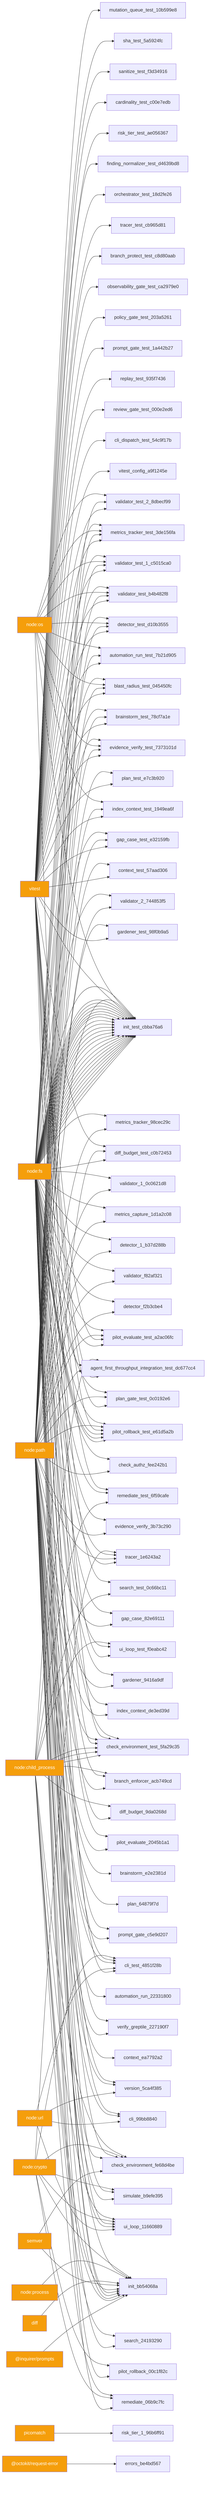
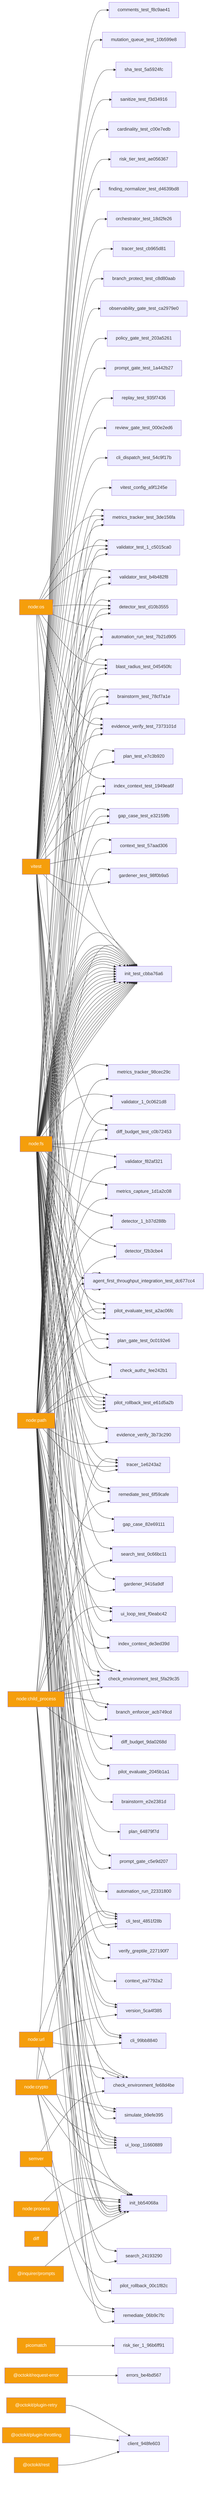
graph LR
  vitest_a9127f3d["vitest"] --> vitest_config_a9f1245e
  node_fs_df6b52af["node:fs"] --> cli_99bb8840
  node_path_0e7d56ab["node:path"] --> cli_99bb8840
  node_url_b54ed078["node:url"] --> cli_99bb8840
  node_crypto_879f6cbe["node:crypto"] --> cli_test_4851f28b
  node_fs_df6b52af["node:fs"] --> cli_test_4851f28b
  node_path_0e7d56ab["node:path"] --> cli_test_4851f28b
  node_url_b54ed078["node:url"] --> cli_test_4851f28b
  vitest_a9127f3d["vitest"] --> cli_test_4851f28b
  vitest_a9127f3d["vitest"] --> cli_dispatch_test_54c9f17b
  node_fs_df6b52af["node:fs"] --> version_5ca4f385
  node_path_0e7d56ab["node:path"] --> version_5ca4f385
  node_url_b54ed078["node:url"] --> version_5ca4f385
  node_fs_df6b52af["node:fs"] --> verify_greptile_227190f7
  node_path_0e7d56ab["node:path"] --> verify_greptile_227190f7
  node_child_process_cb73900b["node:child_process"] --> ui_loop_11660889
  node_crypto_879f6cbe["node:crypto"] --> ui_loop_11660889
  node_fs_df6b52af["node:fs"] --> ui_loop_11660889
  node_path_0e7d56ab["node:path"] --> ui_loop_11660889
  node_url_b54ed078["node:url"] --> ui_loop_11660889
  node_child_process_cb73900b["node:child_process"] --> ui_loop_test_f0eabc42
  node_fs_df6b52af["node:fs"] --> ui_loop_test_f0eabc42
  vitest_a9127f3d["vitest"] --> ui_loop_test_f0eabc42
  node_crypto_879f6cbe["node:crypto"] --> simulate_b9efe395
  node_fs_df6b52af["node:fs"] --> simulate_b9efe395
  node_path_0e7d56ab["node:path"] --> simulate_b9efe395
  node_child_process_cb73900b["node:child_process"] --> search_24193290
  node_path_0e7d56ab["node:path"] --> search_24193290
  vitest_a9127f3d["vitest"] --> search_test_0c66bc11
  node_child_process_cb73900b["node:child_process"] --> search_test_0c66bc11
  vitest_a9127f3d["vitest"] --> review_gate_test_000e2ed6
  vitest_a9127f3d["vitest"] --> replay_test_935f7436
  node_child_process_cb73900b["node:child_process"] --> remediate_06b9c7fc
  node_crypto_879f6cbe["node:crypto"] --> remediate_06b9c7fc
  node_path_0e7d56ab["node:path"] --> remediate_06b9c7fc
  vitest_a9127f3d["vitest"] --> remediate_test_6f59cafe
  node_fs_df6b52af["node:fs"] --> remediate_test_6f59cafe
  node_child_process_cb73900b["node:child_process"] --> remediate_test_6f59cafe
  node_fs_df6b52af["node:fs"] --> prompt_gate_c5e9d207
  node_path_0e7d56ab["node:path"] --> prompt_gate_c5e9d207
  vitest_a9127f3d["vitest"] --> prompt_gate_test_1a442b27
  vitest_a9127f3d["vitest"] --> policy_gate_test_203a5261
  node_fs_df6b52af["node:fs"] --> plan_gate_test_0c0192e6
  node_path_0e7d56ab["node:path"] --> plan_gate_test_0c0192e6
  vitest_a9127f3d["vitest"] --> plan_gate_test_0c0192e6
  node_crypto_879f6cbe["node:crypto"] --> pilot_rollback_00c1f82c
  node_path_0e7d56ab["node:path"] --> pilot_rollback_00c1f82c
  node_fs_df6b52af["node:fs"] --> pilot_rollback_test_e61d5a2b
  node_path_0e7d56ab["node:path"] --> pilot_rollback_test_e61d5a2b
  vitest_a9127f3d["vitest"] --> pilot_rollback_test_e61d5a2b
  node_fs_df6b52af["node:fs"] --> pilot_rollback_test_e61d5a2b
  node_fs_df6b52af["node:fs"] --> pilot_rollback_test_e61d5a2b
  node_fs_df6b52af["node:fs"] --> pilot_rollback_test_e61d5a2b
  node_fs_df6b52af["node:fs"] --> pilot_evaluate_2045b1a1
  node_path_0e7d56ab["node:path"] --> pilot_evaluate_2045b1a1
  node_fs_df6b52af["node:fs"] --> pilot_evaluate_test_a2ac06fc
  node_path_0e7d56ab["node:path"] --> pilot_evaluate_test_a2ac06fc
  vitest_a9127f3d["vitest"] --> pilot_evaluate_test_a2ac06fc
  node_fs_df6b52af["node:fs"] --> pilot_evaluate_test_a2ac06fc
  vitest_a9127f3d["vitest"] --> observability_gate_test_ca2979e0
  node_crypto_879f6cbe["node:crypto"] --> init_bb54068a
  node_path_0e7d56ab["node:path"] --> init_bb54068a
  node_process_09240432["node:process"] --> init_bb54068a
  diff_df087996["diff"] --> init_bb54068a
  semver_50449d83["semver"] --> init_bb54068a
  node_child_process_cb73900b["node:child_process"] --> init_bb54068a
  node_fs_df6b52af["node:fs"] --> init_bb54068a
  node_fs_df6b52af["node:fs"] --> init_bb54068a
  node_path_0e7d56ab["node:path"] --> init_bb54068a
  node_child_process_cb73900b["node:child_process"] --> init_bb54068a
  _inquirer_prompts_21758d24["@inquirer/prompts"] --> init_bb54068a
  node_fs_df6b52af["node:fs"] --> init_test_cbba76a6
  node_os_e9717731["node:os"] --> init_test_cbba76a6
  node_path_0e7d56ab["node:path"] --> init_test_cbba76a6
  vitest_a9127f3d["vitest"] --> init_test_cbba76a6
+   node_fs_df6b52af["node:fs"] --> init_test_cbba76a6
+   node_fs_df6b52af["node:fs"] --> init_test_cbba76a6
  node_fs_df6b52af["node:fs"] --> init_test_cbba76a6
  node_fs_df6b52af["node:fs"] --> init_test_cbba76a6
  node_fs_df6b52af["node:fs"] --> init_test_cbba76a6
  node_fs_df6b52af["node:fs"] --> init_test_cbba76a6
  node_fs_df6b52af["node:fs"] --> init_test_cbba76a6
  node_fs_df6b52af["node:fs"] --> init_test_cbba76a6
  node_fs_df6b52af["node:fs"] --> init_test_cbba76a6
  node_fs_df6b52af["node:fs"] --> init_test_cbba76a6
  node_fs_df6b52af["node:fs"] --> init_test_cbba76a6
  node_fs_df6b52af["node:fs"] --> init_test_cbba76a6
  node_fs_df6b52af["node:fs"] --> init_test_cbba76a6
  node_fs_df6b52af["node:fs"] --> init_test_cbba76a6
  node_fs_df6b52af["node:fs"] --> init_test_cbba76a6
  node_fs_df6b52af["node:fs"] --> init_test_cbba76a6
  node_fs_df6b52af["node:fs"] --> init_test_cbba76a6
  node_fs_df6b52af["node:fs"] --> init_test_cbba76a6
  node_fs_df6b52af["node:fs"] --> init_test_cbba76a6
  node_fs_df6b52af["node:fs"] --> init_test_cbba76a6
  node_fs_df6b52af["node:fs"] --> init_test_cbba76a6
  node_fs_df6b52af["node:fs"] --> init_test_cbba76a6
  node_fs_df6b52af["node:fs"] --> init_test_cbba76a6
  node_fs_df6b52af["node:fs"] --> init_test_cbba76a6
  node_fs_df6b52af["node:fs"] --> init_test_cbba76a6
  node_fs_df6b52af["node:fs"] --> index_context_de3ed39d
  node_path_0e7d56ab["node:path"] --> index_context_de3ed39d
  node_os_e9717731["node:os"] --> index_context_test_1949ea6f
  node_path_0e7d56ab["node:path"] --> index_context_test_1949ea6f
  vitest_a9127f3d["vitest"] --> index_context_test_1949ea6f
  node_fs_df6b52af["node:fs"] --> gardener_9416a9df
  node_path_0e7d56ab["node:path"] --> gardener_9416a9df
  node_path_0e7d56ab["node:path"] --> gardener_test_98f0b9a5
  vitest_a9127f3d["vitest"] --> gardener_test_98f0b9a5
  node_fs_df6b52af["node:fs"] --> gap_case_82e69111
  node_path_0e7d56ab["node:path"] --> gap_case_82e69111
  node_fs_df6b52af["node:fs"] --> gap_case_test_e32159fb
  node_path_0e7d56ab["node:path"] --> gap_case_test_e32159fb
  vitest_a9127f3d["vitest"] --> gap_case_test_e32159fb
  node_fs_df6b52af["node:fs"] --> evidence_verify_3b73c290
  node_path_0e7d56ab["node:path"] --> evidence_verify_3b73c290
  node_fs_df6b52af["node:fs"] --> evidence_verify_test_7373101d
  node_os_e9717731["node:os"] --> evidence_verify_test_7373101d
  node_path_0e7d56ab["node:path"] --> evidence_verify_test_7373101d
  vitest_a9127f3d["vitest"] --> evidence_verify_test_7373101d
  node_child_process_cb73900b["node:child_process"] --> diff_budget_9da0268d
  node_fs_df6b52af["node:fs"] --> diff_budget_9da0268d
  vitest_a9127f3d["vitest"] --> diff_budget_test_c0b72453
  node_child_process_cb73900b["node:child_process"] --> diff_budget_test_c0b72453
  node_fs_df6b52af["node:fs"] --> diff_budget_test_c0b72453
  node_path_0e7d56ab["node:path"] --> context_ea7792a2
  node_path_0e7d56ab["node:path"] --> context_test_57aad306
  vitest_a9127f3d["vitest"] --> context_test_57aad306
  node_child_process_cb73900b["node:child_process"] --> check_environment_fe68d4be
  node_crypto_879f6cbe["node:crypto"] --> check_environment_fe68d4be
  node_fs_df6b52af["node:fs"] --> check_environment_fe68d4be
  node_path_0e7d56ab["node:path"] --> check_environment_fe68d4be
  semver_50449d83["semver"] --> check_environment_fe68d4be
  node_fs_df6b52af["node:fs"] --> check_environment_test_5fa29c35
  node_os_e9717731["node:os"] --> check_environment_test_5fa29c35
  node_path_0e7d56ab["node:path"] --> check_environment_test_5fa29c35
  vitest_a9127f3d["vitest"] --> check_environment_test_5fa29c35
  node_child_process_cb73900b["node:child_process"] --> check_environment_test_5fa29c35
  node_child_process_cb73900b["node:child_process"] --> check_environment_test_5fa29c35
  node_child_process_cb73900b["node:child_process"] --> check_environment_test_5fa29c35
  node_fs_df6b52af["node:fs"] --> check_authz_fee242b1
  node_path_0e7d56ab["node:path"] --> check_authz_fee242b1
  vitest_a9127f3d["vitest"] --> branch_protect_test_c8d80aab
  node_fs_df6b52af["node:fs"] --> blast_radius_test_045450fc
  node_os_e9717731["node:os"] --> blast_radius_test_045450fc
  node_path_0e7d56ab["node:path"] --> blast_radius_test_045450fc
  vitest_a9127f3d["vitest"] --> blast_radius_test_045450fc
  node_path_0e7d56ab["node:path"] --> automation_run_22331800
  node_os_e9717731["node:os"] --> automation_run_test_7b21d905
  node_path_0e7d56ab["node:path"] --> automation_run_test_7b21d905
  vitest_a9127f3d["vitest"] --> automation_run_test_7b21d905
  node_child_process_cb73900b["node:child_process"] --> agent_first_throughput_integration_test_dc677cc4
  node_fs_df6b52af["node:fs"] --> agent_first_throughput_integration_test_dc677cc4
  node_path_0e7d56ab["node:path"] --> agent_first_throughput_integration_test_dc677cc4
  vitest_a9127f3d["vitest"] --> agent_first_throughput_integration_test_dc677cc4
  node_path_0e7d56ab["node:path"] --> plan_64879f7d
  node_path_0e7d56ab["node:path"] --> plan_test_e7c3b920
  vitest_a9127f3d["vitest"] --> plan_test_e7c3b920
  node_path_0e7d56ab["node:path"] --> brainstorm_e2e2381d
  node_fs_df6b52af["node:fs"] --> brainstorm_test_78cf7a1e
  node_path_0e7d56ab["node:path"] --> brainstorm_test_78cf7a1e
  vitest_a9127f3d["vitest"] --> brainstorm_test_78cf7a1e
  node_fs_df6b52af["node:fs"] --> detector_f2b3cbe4
  node_path_0e7d56ab["node:path"] --> detector_f2b3cbe4
  node_fs_df6b52af["node:fs"] --> detector_test_d10b3555
  node_os_e9717731["node:os"] --> detector_test_d10b3555
  node_path_0e7d56ab["node:path"] --> detector_test_d10b3555
  vitest_a9127f3d["vitest"] --> detector_test_d10b3555
  node_crypto_879f6cbe["node:crypto"] --> tracer_1e6243a2
  node_fs_df6b52af["node:fs"] --> tracer_1e6243a2
  node_path_0e7d56ab["node:path"] --> tracer_1e6243a2
  node_fs_df6b52af["node:fs"] --> tracer_1e6243a2
  vitest_a9127f3d["vitest"] --> tracer_test_cb965d81
  vitest_a9127f3d["vitest"] --> orchestrator_test_18d2fe26
  vitest_a9127f3d["vitest"] --> finding_normalizer_test_d4639bd8
-   node_fs_df6b52af["node:fs"] --> validator_f82af321
-   node_path_0e7d56ab["node:path"] --> validator_f82af321
-   node_fs_df6b52af["node:fs"] --> validator_test_b4b482f8
-   node_os_e9717731["node:os"] --> validator_test_b4b482f8
-   node_path_0e7d56ab["node:path"] --> validator_test_b4b482f8
-   vitest_a9127f3d["vitest"] --> validator_test_b4b482f8
  picomatch_0bf97c7b["picomatch"] --> risk_tier_1_96b6ff91
  vitest_a9127f3d["vitest"] --> risk_tier_test_ae056367
  node_fs_df6b52af["node:fs"] --> detector_1_b37d288b
  node_path_0e7d56ab["node:path"] --> detector_1_b37d288b
  node_fs_df6b52af["node:fs"] --> metrics_capture_1d1a2c08
  node_path_0e7d56ab["node:path"] --> metrics_capture_1d1a2c08
  vitest_a9127f3d["vitest"] --> cardinality_test_c00e7edb
+   node_fs_df6b52af["node:fs"] --> validator_f82af321
+   node_path_0e7d56ab["node:path"] --> validator_f82af321
+   node_os_e9717731["node:os"] --> validator_test_b4b482f8
+   node_path_0e7d56ab["node:path"] --> validator_test_b4b482f8
+   vitest_a9127f3d["vitest"] --> validator_test_b4b482f8
+   vitest_a9127f3d["vitest"] --> sanitize_test_f3d34916
  node_fs_df6b52af["node:fs"] --> validator_1_0c0621d8
  node_path_0e7d56ab["node:path"] --> validator_1_0c0621d8
  node_fs_df6b52af["node:fs"] --> validator_test_1_c5015ca0
  node_os_e9717731["node:os"] --> validator_test_1_c5015ca0
  node_path_0e7d56ab["node:path"] --> validator_test_1_c5015ca0
  vitest_a9127f3d["vitest"] --> validator_test_1_c5015ca0
  node_fs_df6b52af["node:fs"] --> metrics_tracker_98cec29c
  node_path_0e7d56ab["node:path"] --> metrics_tracker_98cec29c
  node_fs_df6b52af["node:fs"] --> metrics_tracker_test_3de156fa
  node_os_e9717731["node:os"] --> metrics_tracker_test_3de156fa
  node_path_0e7d56ab["node:path"] --> metrics_tracker_test_3de156fa
  vitest_a9127f3d["vitest"] --> metrics_tracker_test_3de156fa
  node_child_process_cb73900b["node:child_process"] --> branch_enforcer_acb749cd
  node_fs_df6b52af["node:fs"] --> branch_enforcer_acb749cd
  node_path_0e7d56ab["node:path"] --> branch_enforcer_acb749cd
-   node_fs_df6b52af["node:fs"] --> validator_2_744853f5
-   node_path_0e7d56ab["node:path"] --> validator_2_744853f5
-   node_os_e9717731["node:os"] --> validator_test_2_8dbecf99
-   node_path_0e7d56ab["node:path"] --> validator_test_2_8dbecf99
-   vitest_a9127f3d["vitest"] --> validator_test_2_8dbecf99
-   vitest_a9127f3d["vitest"] --> sanitize_test_f3d34916
  vitest_a9127f3d["vitest"] --> sha_test_5a5924fc
  vitest_a9127f3d["vitest"] --> mutation_queue_test_10b599e8
  _octokit_request_error_32e46e23["@octokit/request-error"] --> errors_be4bd567
+   vitest_a9127f3d["vitest"] --> comments_test_f8c9ae41
+   _octokit_plugin_retry_db489add["@octokit/plugin-retry"] --> client_948fe603
+   _octokit_plugin_throttling_c7312007["@octokit/plugin-throttling"] --> client_948fe603
+   _octokit_rest_c557ffd5["@octokit/rest"] --> client_948fe603
  style vitest_a9127f3d fill:#f59e0b,color:#fff
  style node_fs_df6b52af fill:#f59e0b,color:#fff
  style node_path_0e7d56ab fill:#f59e0b,color:#fff
  style node_url_b54ed078 fill:#f59e0b,color:#fff
  style node_crypto_879f6cbe fill:#f59e0b,color:#fff
  style node_child_process_cb73900b fill:#f59e0b,color:#fff
  style node_process_09240432 fill:#f59e0b,color:#fff
  style diff_df087996 fill:#f59e0b,color:#fff
  style semver_50449d83 fill:#f59e0b,color:#fff
  style _inquirer_prompts_21758d24 fill:#f59e0b,color:#fff
  style node_os_e9717731 fill:#f59e0b,color:#fff
  style picomatch_0bf97c7b fill:#f59e0b,color:#fff
-   style _octokit_request_error_32e46e23 fill:#f59e0b,color:#fff+   style _octokit_request_error_32e46e23 fill:#f59e0b,color:#fff
+   style _octokit_plugin_retry_db489add fill:#f59e0b,color:#fff
+   style _octokit_plugin_throttling_c7312007 fill:#f59e0b,color:#fff
+   style _octokit_rest_c557ffd5 fill:#f59e0b,color:#fff